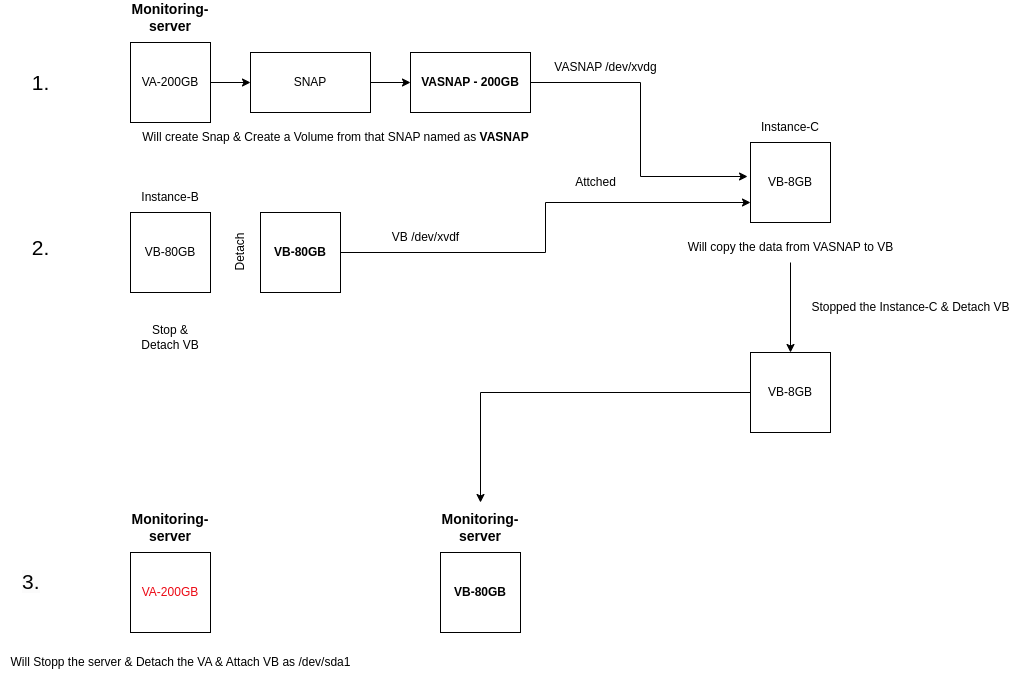
The draw.io diagram Decrease EBS Volume of Monitoring-Grafana server.drawio.png in chetansomkuwar/arch, before a commit. Source tidied: cells renumbered, new cells last; positions are measured from the earlier drawing's top-left corner, leaving out a move shared by most shapes.
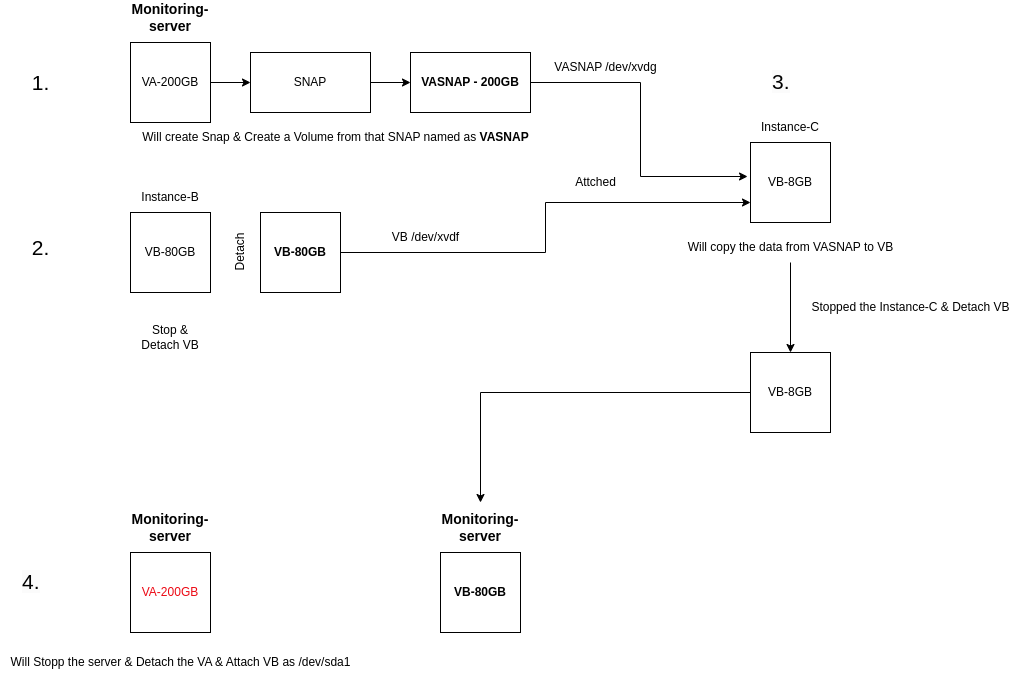
After the change.

Diff of the diagram source:
```diff
@@ -102,8 +102,11 @@
     <mxCell id="32" value="&lt;font style=&quot;font-size: 21px;&quot;&gt;2.&lt;/font&gt;" style="text;html=1;align=center;verticalAlign=middle;strokeColor=none;fillColor=none;" parent="1" vertex="1">
       <mxGeometry x="20" y="225" width="40" height="40" as="geometry" />
     </mxCell>
-    <mxCell id="33" value="&lt;span style=&quot;color: rgb(0, 0, 0); font-family: Helvetica; font-size: 21px; font-style: normal; font-variant-ligatures: normal; font-variant-caps: normal; font-weight: 400; letter-spacing: normal; orphans: 2; text-align: center; text-indent: 0px; text-transform: none; widows: 2; word-spacing: 0px; -webkit-text-stroke-width: 0px; background-color: rgb(251, 251, 251); text-decoration-thickness: initial; text-decoration-style: initial; text-decoration-color: initial; float: none; display: inline !important;&quot;&gt;3.&lt;br&gt;&lt;br&gt;&lt;/span&gt;" style="text;whiteSpace=wrap;html=1;" parent="1" vertex="1">
-      <mxGeometry x="20" y="560" width="50" height="50" as="geometry" />
+    <mxCell id="33" value="&lt;span style=&quot;color: rgb(0, 0, 0); font-family: Helvetica; font-size: 21px; font-style: normal; font-variant-ligatures: normal; font-variant-caps: normal; font-weight: 400; letter-spacing: normal; orphans: 2; text-align: center; text-indent: 0px; text-transform: none; widows: 2; word-spacing: 0px; -webkit-text-stroke-width: 0px; background-color: rgb(251, 251, 251); text-decoration-thickness: initial; text-decoration-style: initial; text-decoration-color: initial; float: none; display: inline !important;&quot;&gt;4.&lt;br&gt;&lt;/span&gt;" style="text;whiteSpace=wrap;html=1;" parent="1" vertex="1">
+      <mxGeometry x="20" y="560" width="40" height="50" as="geometry" />
     </mxCell>
+    <mxCell id="34" value="&lt;span style=&quot;color: rgb(0, 0, 0); font-family: Helvetica; font-size: 21px; font-style: normal; font-variant-ligatures: normal; font-variant-caps: normal; font-weight: 400; letter-spacing: normal; orphans: 2; text-align: center; text-indent: 0px; text-transform: none; widows: 2; word-spacing: 0px; -webkit-text-stroke-width: 0px; background-color: rgb(251, 251, 251); text-decoration-thickness: initial; text-decoration-style: initial; text-decoration-color: initial; float: none; display: inline !important;&quot;&gt;3.&lt;br&gt;&lt;br&gt;&lt;/span&gt;" style="text;whiteSpace=wrap;html=1;" parent="1" vertex="1">
+      <mxGeometry x="770" y="60" width="50" height="50" as="geometry" />
+    </mxCell>
   </root>
 </mxGraphModel>
```
